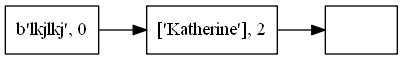
Above: ScoreboardReport.png in olgt/EDD_1S2019_P1_201612341 (Graphviz), before the change. Its source is kept beside it as ScoreboardReport.dot.
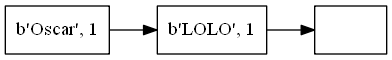
After the change.

Diff of the diagram source:
```diff
@@ -1,9 +1,9 @@
 digraph firstGraph{
 node [shape = record];
 rankdir=LR;
-node0 [label=" b'lkjlkj', 0 "];
+node0 [label=" b'Oscar', 1 "];
 node0 -> node1;
-node1 [label=" ['Katherine'], 2 "];
+node1 [label=" b'LOLO', 1 "];
 node1 -> node2;
 node2 [label="   "];
 }
```
